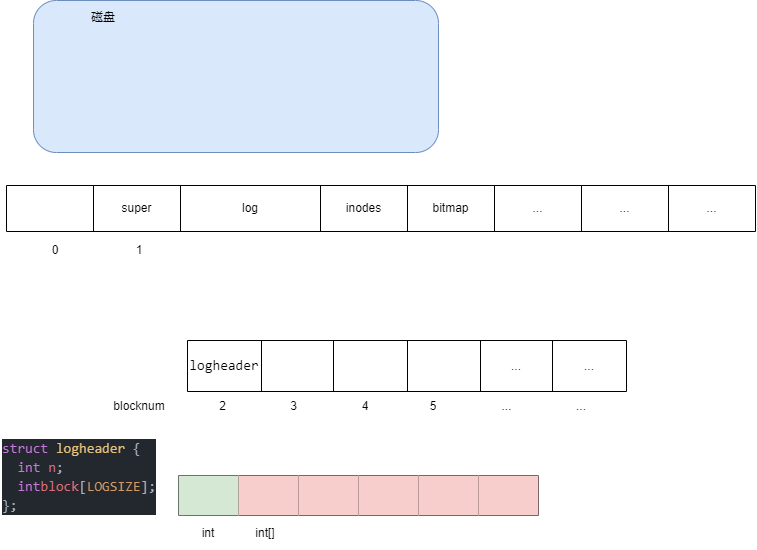
SixPlusAndTimes/drawio keeps this draw.io diagram as OS/xv6文件系统_日志层.drawio.png. Above is the earlier version. Source tidied: cells renumbered, new cells last; positions are measured from the earlier drawing's top-left corner, leaving out a move shared by most shapes.
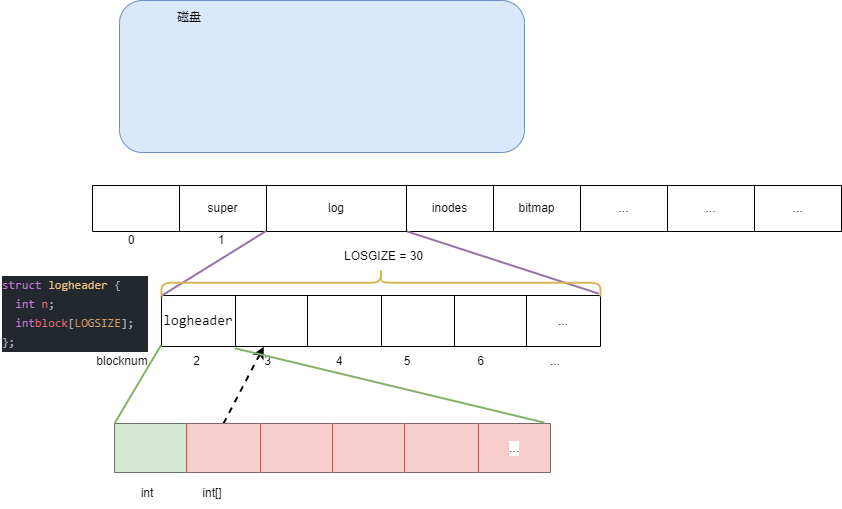
Later version of the same file.

Commit message:
更新xv6文件系统_日志层.drawio.png

What changed in the source:
```diff
@@ -39,7 +39,7 @@
       <mxGeometry x="662" width="87" height="46" as="geometry" />
     </mxCell>
     <mxCell id="14" style="shape=table;startSize=0;strokeColor=none;" parent="1" vertex="1">
-      <mxGeometry x="187" y="386" width="427" height="40" as="geometry" />
+      <mxGeometry x="75" y="341" width="427" height="40" as="geometry" />
     </mxCell>
     <mxCell id="15" style="shape=tableRow;horizontal=0;startSize=0;swimlaneHead=0;swimlaneBody=0;top=0;left=0;bottom=0;right=0;fillColor=none;" parent="14" vertex="1">
       <mxGeometry width="427" height="40" as="geometry" />
@@ -56,14 +56,14 @@
     <mxCell id="19" value="5" style="shape=partialRectangle;html=1;whiteSpace=wrap;overflow=hidden;fillColor=none;top=0;left=0;bottom=0;right=0;" parent="15" vertex="1">
       <mxGeometry x="214" width="64" height="40" as="geometry" />
     </mxCell>
-    <mxCell id="20" value="..." style="shape=partialRectangle;html=1;whiteSpace=wrap;overflow=hidden;fillColor=none;top=0;left=0;bottom=0;right=0;" parent="15" vertex="1">
+    <mxCell id="20" value="6" style="shape=partialRectangle;html=1;whiteSpace=wrap;overflow=hidden;fillColor=none;top=0;left=0;bottom=0;right=0;" parent="15" vertex="1">
       <mxGeometry x="278" width="83" height="40" as="geometry" />
     </mxCell>
     <mxCell id="21" value="..." style="shape=partialRectangle;html=1;whiteSpace=wrap;overflow=hidden;fillColor=none;top=0;left=0;bottom=0;right=0;" parent="15" vertex="1">
       <mxGeometry x="361" width="66" height="40" as="geometry" />
     </mxCell>
     <mxCell id="22" style="shape=table;startSize=0;" parent="1" vertex="1">
-      <mxGeometry x="187" y="340" width="439" height="51" as="geometry" />
+      <mxGeometry x="75" y="295" width="439" height="51" as="geometry" />
     </mxCell>
     <mxCell id="23" style="shape=tableRow;horizontal=0;startSize=0;swimlaneHead=0;swimlaneBody=0;top=0;left=0;bottom=0;right=0;fillColor=none;points=[[0,0.5],[1,0.5]];portConstraint=eastwest;" parent="22" vertex="1">
       <mxGeometry width="439" height="51" as="geometry" />
@@ -80,53 +80,74 @@
     <mxCell id="27" style="shape=partialRectangle;html=1;whiteSpace=wrap;overflow=hidden;fillColor=none;top=0;left=0;bottom=0;right=0;" parent="23" vertex="1">
       <mxGeometry x="220" width="73" height="51" as="geometry" />
     </mxCell>
-    <mxCell id="28" value="..." style="shape=partialRectangle;html=1;whiteSpace=wrap;overflow=hidden;fillColor=none;top=0;left=0;bottom=0;right=0;" parent="23" vertex="1">
+    <mxCell id="28" style="shape=partialRectangle;html=1;whiteSpace=wrap;overflow=hidden;fillColor=none;top=0;left=0;bottom=0;right=0;" parent="23" vertex="1">
       <mxGeometry x="293" width="72" height="51" as="geometry" />
     </mxCell>
     <mxCell id="29" value="..." style="shape=partialRectangle;html=1;whiteSpace=wrap;overflow=hidden;fillColor=none;top=0;left=0;bottom=0;right=0;" parent="23" vertex="1">
       <mxGeometry x="365" width="74" height="51" as="geometry" />
     </mxCell>
     <mxCell id="30" value="1" style="text;html=1;strokeColor=none;fillColor=none;align=center;verticalAlign=middle;whiteSpace=wrap;rounded=0;labelBackgroundColor=#FFFFFF;fontColor=#000000;" parent="1" vertex="1">
-      <mxGeometry x="109" y="235" width="60" height="30" as="geometry" />
+      <mxGeometry x="105" y="225" width="60" height="30" as="geometry" />
     </mxCell>
+    <mxCell id="44" style="rounded=0;jettySize=auto;html=1;exitX=0.25;exitY=0;exitDx=0;exitDy=0;entryX=0.233;entryY=1.003;entryDx=0;entryDy=0;entryPerimeter=0;strokeWidth=2;fontSize=11;fontColor=#000000;dashed=1;" parent="1" edge="1" source="31" target="23">
+      <mxGeometry relative="1" as="geometry" />
+    </mxCell>
-    <mxCell id="31" style="shape=table;startSize=0;labelBackgroundColor=#FFFFFF;fontColor=#000000;" parent="1" vertex="1">
-      <mxGeometry x="178" y="475" width="360" height="40" as="geometry" />
+    <mxCell id="31" style="shape=table;startSize=0;labelBackgroundColor=#FFFFFF;fontColor=#000000;strokeColor=default;shadow=0;rounded=0;sketch=0;bottom=1;top=1;" parent="1" vertex="1">
+      <mxGeometry x="28" y="423" width="436" height="49" as="geometry" />
     </mxCell>
     <mxCell id="32" style="shape=tableRow;horizontal=0;startSize=0;swimlaneHead=0;swimlaneBody=0;top=0;left=0;bottom=0;right=0;fillColor=none;labelBackgroundColor=#FFFFFF;fontColor=#000000;" parent="31" vertex="1">
-      <mxGeometry width="360" height="40" as="geometry" />
+      <mxGeometry width="436" height="49" as="geometry" />
     </mxCell>
     <mxCell id="33" style="shape=partialRectangle;html=1;whiteSpace=wrap;overflow=hidden;fillColor=#d5e8d4;top=0;left=0;bottom=0;right=0;labelBackgroundColor=#FFFFFF;strokeColor=#82b366;" parent="32" vertex="1">
-      <mxGeometry width="60" height="40" as="geometry" />
+      <mxGeometry width="72" height="49" as="geometry" />
     </mxCell>
-    <mxCell id="34" style="shape=partialRectangle;html=1;whiteSpace=wrap;overflow=hidden;fillColor=#f8cecc;top=0;left=0;bottom=0;right=0;labelBackgroundColor=#FFFFFF;strokeColor=#b85450;" parent="32" vertex="1">
-      <mxGeometry x="60" width="60" height="40" as="geometry" />
+    <mxCell id="34" style="shape=partialRectangle;html=1;whiteSpace=wrap;overflow=hidden;fillColor=#f8cecc;top=0;left=1;bottom=0;right=0;labelBackgroundColor=#FFFFFF;strokeColor=#b85450;" parent="32" vertex="1">
+      <mxGeometry x="72" width="74" height="49" as="geometry" />
     </mxCell>
-    <mxCell id="35" style="shape=partialRectangle;html=1;whiteSpace=wrap;overflow=hidden;fillColor=#f8cecc;top=0;left=0;bottom=0;right=0;labelBackgroundColor=#FFFFFF;strokeColor=#b85450;" parent="32" vertex="1">
-      <mxGeometry x="120" width="60" height="40" as="geometry" />
+    <mxCell id="35" style="shape=partialRectangle;html=1;whiteSpace=wrap;overflow=hidden;fillColor=#f8cecc;top=0;left=1;bottom=0;right=0;labelBackgroundColor=#FFFFFF;strokeColor=#b85450;" parent="32" vertex="1">
+      <mxGeometry x="146" width="72" height="49" as="geometry" />
     </mxCell>
-    <mxCell id="36" style="shape=partialRectangle;html=1;whiteSpace=wrap;overflow=hidden;fillColor=#f8cecc;top=0;left=0;bottom=0;right=0;labelBackgroundColor=#FFFFFF;strokeColor=#b85450;" parent="32" vertex="1">
-      <mxGeometry x="180" width="60" height="40" as="geometry" />
+    <mxCell id="36" style="shape=partialRectangle;html=1;whiteSpace=wrap;overflow=hidden;fillColor=#f8cecc;top=0;left=1;bottom=0;right=0;labelBackgroundColor=#FFFFFF;strokeColor=#b85450;" parent="32" vertex="1">
+      <mxGeometry x="218" width="72" height="49" as="geometry" />
     </mxCell>
-    <mxCell id="37" style="shape=partialRectangle;html=1;whiteSpace=wrap;overflow=hidden;fillColor=#f8cecc;top=0;left=0;bottom=0;right=0;labelBackgroundColor=#FFFFFF;strokeColor=#b85450;" parent="32" vertex="1">
-      <mxGeometry x="240" width="60" height="40" as="geometry" />
+    <mxCell id="37" style="shape=partialRectangle;html=1;whiteSpace=wrap;overflow=hidden;fillColor=#f8cecc;top=0;left=1;bottom=0;right=0;labelBackgroundColor=#FFFFFF;strokeColor=#b85450;" parent="32" vertex="1">
+      <mxGeometry x="290" width="74" height="49" as="geometry" />
     </mxCell>
-    <mxCell id="38" style="shape=partialRectangle;html=1;whiteSpace=wrap;overflow=hidden;fillColor=#f8cecc;top=0;left=0;bottom=0;right=0;labelBackgroundColor=#FFFFFF;strokeColor=#b85450;" parent="32" vertex="1">
-      <mxGeometry x="300" width="60" height="40" as="geometry" />
+    <mxCell id="38" value="..." style="shape=partialRectangle;html=1;whiteSpace=wrap;overflow=hidden;fillColor=#f8cecc;top=0;left=1;bottom=0;right=0;labelBackgroundColor=#FFFFFF;strokeColor=#b85450;strokeWidth=1;" parent="32" vertex="1">
+      <mxGeometry x="364" width="72" height="49" as="geometry" />
     </mxCell>
     <mxCell id="39" value="0" style="text;html=1;strokeColor=none;fillColor=none;align=center;verticalAlign=middle;whiteSpace=wrap;rounded=0;labelBackgroundColor=#FFFFFF;fontColor=#000000;" parent="1" vertex="1">
-      <mxGeometry x="25" y="235" width="60" height="30" as="geometry" />
+      <mxGeometry x="15" y="225" width="60" height="30" as="geometry" />
     </mxCell>
     <mxCell id="40" value="blocknum" style="text;html=1;strokeColor=none;fillColor=none;align=center;verticalAlign=middle;whiteSpace=wrap;rounded=0;labelBackgroundColor=#FFFFFF;fontColor=#000000;" parent="1" vertex="1">
-      <mxGeometry x="109" y="391" width="60" height="30" as="geometry" />
+      <mxGeometry x="6" y="346" width="60" height="30" as="geometry" />
     </mxCell>
-    <mxCell id="41" value="&lt;div style=&quot;color: rgb(171, 178, 191); background-color: rgb(35, 39, 46); font-family: &amp;quot;Fira Code&amp;quot;, Consolas, &amp;quot;Courier New&amp;quot;, monospace; font-size: 14px; line-height: 19px;&quot;&gt;&lt;div&gt;&lt;span style=&quot;color: #c678dd;&quot;&gt;struct&lt;/span&gt; &lt;span style=&quot;color: #e5c07b;&quot;&gt;logheader&lt;/span&gt; {&lt;/div&gt;&lt;div&gt;&amp;nbsp; &lt;span style=&quot;color: #c678dd;&quot;&gt;int&lt;/span&gt; &lt;span style=&quot;color: #e06c75;&quot;&gt;n&lt;/span&gt;;&amp;nbsp; &amp;nbsp;&amp;nbsp;&lt;span style=&quot;color: rgb(198, 120, 221);&quot;&gt;int&lt;/span&gt;&lt;span style=&quot;color: rgb(224, 108, 117);&quot;&gt;block&lt;/span&gt;[&lt;span style=&quot;color: rgb(209, 154, 102);&quot;&gt;LOGSIZE&lt;/span&gt;];&lt;/div&gt;&lt;div&gt;};&lt;/div&gt;&lt;/div&gt;" style="text;html=1;strokeColor=none;fillColor=none;align=left;verticalAlign=middle;whiteSpace=wrap;rounded=0;labelBackgroundColor=#FFFFFF;fontColor=#000000;" parent="1" vertex="1">
-      <mxGeometry y="426" width="148" height="100" as="geometry" />
+    <mxCell id="41" value="&lt;div style=&quot;color: rgb(171, 178, 191); background-color: rgb(35, 39, 46); font-family: &amp;quot;Fira Code&amp;quot;, Consolas, &amp;quot;Courier New&amp;quot;, monospace; line-height: 19px; font-size: 11px;&quot;&gt;&lt;div style=&quot;font-size: 11px;&quot;&gt;&lt;span style=&quot;color: rgb(198, 120, 221); font-size: 11px;&quot;&gt;struct&lt;/span&gt; &lt;span style=&quot;color: rgb(229, 192, 123); font-size: 11px;&quot;&gt;logheader&lt;/span&gt; {&lt;/div&gt;&lt;div style=&quot;font-size: 11px;&quot;&gt;&amp;nbsp; &lt;span style=&quot;color: rgb(198, 120, 221); font-size: 11px;&quot;&gt;int&lt;/span&gt; &lt;span style=&quot;color: rgb(224, 108, 117); font-size: 11px;&quot;&gt;n&lt;/span&gt;;&amp;nbsp; &amp;nbsp;&amp;nbsp;&lt;span style=&quot;color: rgb(198, 120, 221); font-size: 11px;&quot;&gt;int&lt;/span&gt;&lt;span style=&quot;color: rgb(224, 108, 117); font-size: 11px;&quot;&gt;block&lt;/span&gt;[&lt;span style=&quot;color: rgb(209, 154, 102); font-size: 11px;&quot;&gt;LOGSIZE&lt;/span&gt;];&lt;/div&gt;&lt;div style=&quot;font-size: 11px;&quot;&gt;};&lt;/div&gt;&lt;/div&gt;" style="text;html=1;strokeColor=none;fillColor=none;align=left;verticalAlign=middle;whiteSpace=wrap;rounded=0;labelBackgroundColor=#FFFFFF;fontColor=#000000;" parent="1" vertex="1">
+      <mxGeometry x="-86" y="263" width="148" height="100" as="geometry" />
     </mxCell>
     <mxCell id="42" value="int" style="text;html=1;strokeColor=none;fillColor=none;align=center;verticalAlign=middle;whiteSpace=wrap;rounded=0;labelBackgroundColor=#FFFFFF;fontColor=#000000;" parent="1" vertex="1">
-      <mxGeometry x="178" y="518" width="60" height="30" as="geometry" />
+      <mxGeometry x="31" y="478" width="60" height="30" as="geometry" />
     </mxCell>
     <mxCell id="43" value="int[]" style="text;html=1;strokeColor=none;fillColor=none;align=center;verticalAlign=middle;whiteSpace=wrap;rounded=0;labelBackgroundColor=#FFFFFF;fontColor=#000000;" parent="1" vertex="1">
-      <mxGeometry x="235" y="518" width="60" height="30" as="geometry" />
+      <mxGeometry x="96" y="478" width="60" height="30" as="geometry" />
     </mxCell>
+    <mxCell id="45" style="endArrow=none;html=1;rounded=0;fontSize=13;fontColor=#000000;entryX=0.232;entryY=0.988;entryDx=0;entryDy=0;entryPerimeter=0;exitX=0;exitY=0.006;exitDx=0;exitDy=0;exitPerimeter=0;fillColor=#e1d5e7;strokeColor=#9673a6;strokeWidth=2;" parent="1" edge="1" source="23" target="5">
+      <mxGeometry relative="1" as="geometry" />
+    </mxCell>
+    <mxCell id="46" style="endArrow=none;html=1;rounded=0;fontSize=13;fontColor=#000000;entryX=0.42;entryY=0.999;entryDx=0;entryDy=0;entryPerimeter=0;exitX=0.996;exitY=-0.036;exitDx=0;exitDy=0;exitPerimeter=0;fillColor=#e1d5e7;strokeColor=#9673a6;strokeWidth=2;" parent="1" edge="1" source="23" target="4">
+      <mxGeometry relative="1" as="geometry" />
+    </mxCell>
+    <mxCell id="47" style="endArrow=none;html=1;rounded=0;strokeWidth=2;fontSize=13;fontColor=#000000;entryX=-0.001;entryY=0.972;entryDx=0;entryDy=0;entryPerimeter=0;exitX=0;exitY=0;exitDx=0;exitDy=0;fillColor=#d5e8d4;strokeColor=#82b366;" parent="1" edge="1" source="31" target="23">
+      <mxGeometry relative="1" as="geometry" />
+    </mxCell>
+    <mxCell id="48" style="endArrow=none;html=1;rounded=0;strokeWidth=2;fontSize=13;fontColor=#000000;entryX=0.167;entryY=1.035;entryDx=0;entryDy=0;entryPerimeter=0;exitX=0.986;exitY=-0.018;exitDx=0;exitDy=0;exitPerimeter=0;fillColor=#d5e8d4;strokeColor=#82b366;" parent="1" edge="1" source="31" target="23">
+      <mxGeometry relative="1" as="geometry" />
+    </mxCell>
+    <mxCell id="49" style="shape=curlyBracket;whiteSpace=wrap;html=1;rounded=1;flipH=1;labelPosition=right;verticalLabelPosition=middle;align=left;verticalAlign=middle;shadow=0;labelBackgroundColor=#FFFFFF;sketch=0;strokeColor=#d6b656;strokeWidth=2;fontSize=11;rotation=-90;fillColor=#fff2cc;" parent="1" vertex="1">
+      <mxGeometry x="280.8" y="62.8" width="27.5" height="439" as="geometry" />
+    </mxCell>
+    <mxCell id="50" value="LOSGIZE = 30" style="text;html=1;strokeColor=none;fillColor=none;align=center;verticalAlign=middle;whiteSpace=wrap;rounded=0;shadow=0;labelBackgroundColor=#FFFFFF;sketch=0;strokeWidth=2;fontSize=11;fontColor=#000000;" parent="1" vertex="1">
+      <mxGeometry x="248" y="245" width="99" height="22" as="geometry" />
+    </mxCell>
   </root>
 </mxGraphModel>
```
